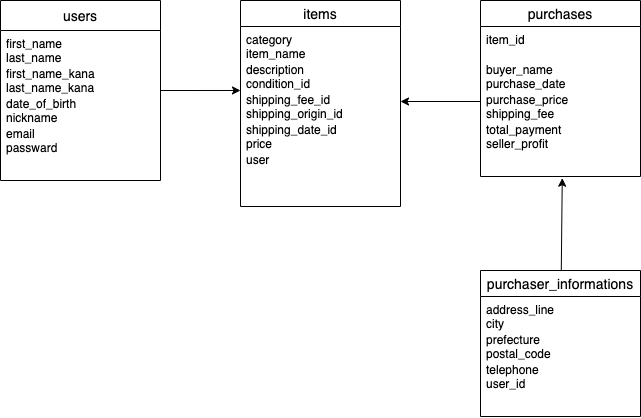
Above: furima.png in minamoit/furima-39233 (draw.io), before the change. Source tidied: cells renumbered, new cells last; positions are measured from the earlier drawing's top-left corner, leaving out a move shared by most shapes.
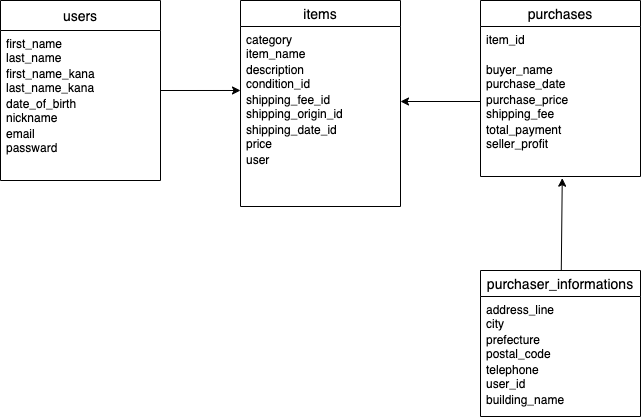
After the change.

Diff of the diagram source:
```diff
@@ -80,10 +80,10 @@
     <mxCell id="26" value="prefecture&#10;postal_code" style="text;strokeColor=none;fillColor=none;spacingLeft=4;spacingRight=4;overflow=hidden;fontSize=12;" parent="24" vertex="1">
       <mxGeometry y="56" width="160" height="30" as="geometry" />
     </mxCell>
-    <mxCell id="27" value="telephone&#10;user_id" style="text;strokeColor=none;fillColor=none;spacingLeft=4;spacingRight=4;overflow=hidden;fontSize=12;" parent="24" vertex="1">
+    <mxCell id="27" value="telephone&#10;user_id&#10;building_name" style="text;strokeColor=none;fillColor=none;spacingLeft=4;spacingRight=4;overflow=hidden;fontSize=12;" parent="24" vertex="1">
       <mxGeometry y="86" width="160" height="30" as="geometry" />
     </mxCell>
-    <mxCell id="28" style="text;strokeColor=none;fillColor=none;spacingLeft=4;spacingRight=4;overflow=hidden;fontSize=12;" parent="24" vertex="1">
+    <mxCell id="28" value="building_name" style="text;strokeColor=none;fillColor=none;spacingLeft=4;spacingRight=4;overflow=hidden;fontSize=12;" parent="24" vertex="1">
       <mxGeometry y="116" width="160" height="30" as="geometry" />
     </mxCell>
     <mxCell id="29" style="edgeStyle=none;html=1;exitX=0;exitY=0.5;exitDx=0;exitDy=0;entryX=1;entryY=0.5;entryDx=0;entryDy=0;" parent="1" edge="1" source="20" target="13">
```
